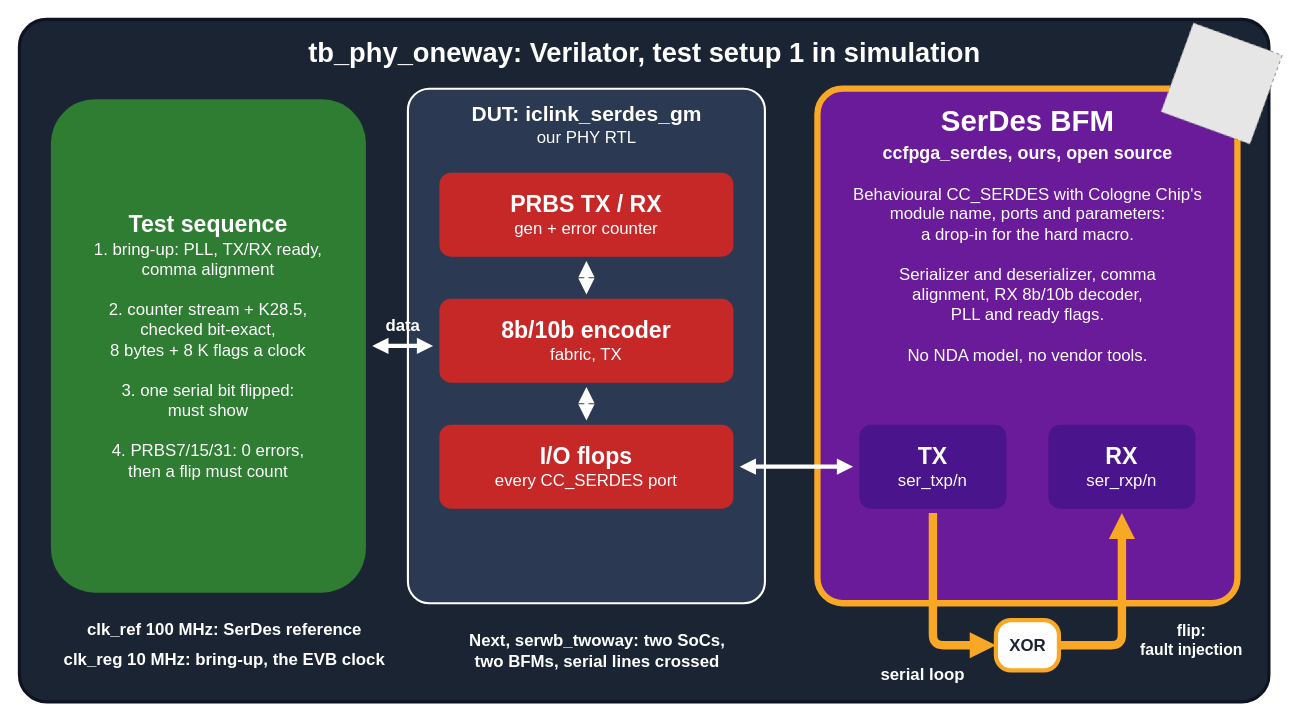
Above: 7.SerDes/0.doc/iclink-tb.drawio in chili-chips-ba/openCologne (draw.io), before the change. Source tidied: cells renumbered, new cells numbered last; positions are measured from the earlier drawing's top-left corner, leaving out a move shared by most shapes. Both pictures are drawn from the tidied source at 105%, with x=0, y=0 at pixel (19, 19). Pictures stored in the file or linked from it are replaced by grey dashed boxes.
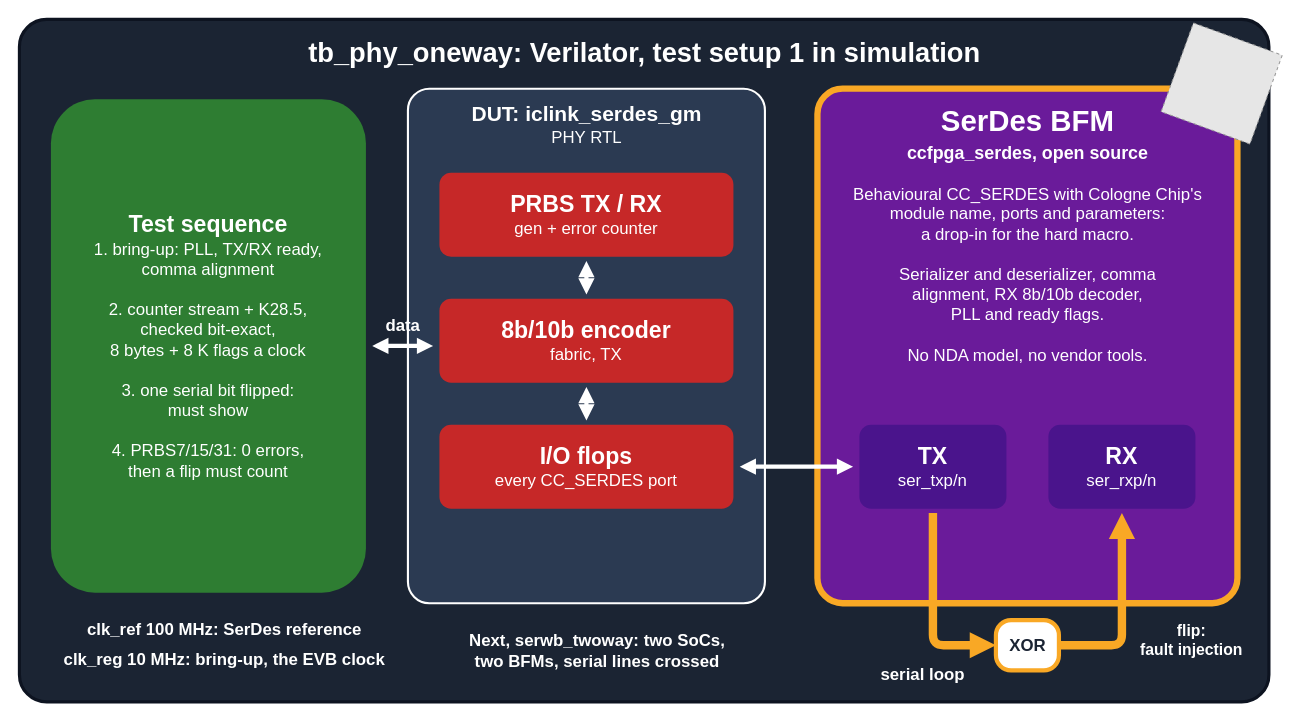
The same page after the edit.

Commit message (it also covers changes not shown here):
docs, diagrams: drop "ours"

Change to the diagram source:
```diff
@@
-    <mxCell id="7" value="our PHY RTL" style="text;html=1;align=center;verticalAlign=middle;fontSize=16;fontStyle=0;fontColor=#ffffff;fontFamily=Helvetica;" parent="1" vertex="1">
+    <mxCell id="7" value="PHY RTL" style="text;html=1;align=center;verticalAlign=middle;fontSize=16;fontStyle=0;fontColor=#ffffff;fontFamily=Helvetica;" parent="1" vertex="1">
       <mxGeometry x="370" y="100" width="340" height="24" as="geometry" />
     </mxCell>
@@
-    <mxCell id="17" value="ccfpga_serdes, ours, open source" style="text;html=1;align=center;verticalAlign=middle;fontSize=17;fontStyle=1;fontColor=#ffffff;fontFamily=Helvetica;" parent="1" vertex="1">
+    <mxCell id="17" value="ccfpga_serdes, open source" style="text;html=1;align=center;verticalAlign=middle;fontSize=17;fontStyle=1;fontColor=#ffffff;fontFamily=Helvetica;" parent="1" vertex="1">
       <mxGeometry x="760" y="116" width="400" height="24" as="geometry" />
     </mxCell>
```
